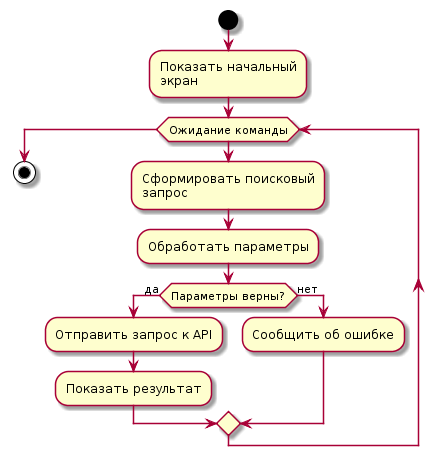
Earlier version of the PlantUML export docs/diagrams/activity.png (ussur/s-mart). The source it was exported from:
```plantuml
@startuml
start

:Показать начальный\nэкран;
while (Ожидание команды)
    :Сформировать поисковый\nзапрос;
    :Обработать параметры;
    if (Параметры верны?) then (да)
      :Отправить запрос к API;
      :Показать результат;
    else (нет)
      :Сообщить об ошибке;
    endif
endwhile

stop
@enduml
```
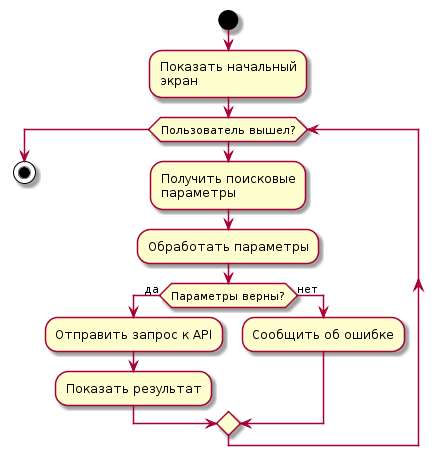
Above is the later version.

The edit, as a diff of the source:
```diff
@@ -2,8 +2,8 @@
 start
 
 :Показать начальный\nэкран;
-while (Ожидание команды)
-    :Сформировать поисковый\nзапрос;
+while (Пользователь вышел?)
+    :Получить поисковые\nпараметры;
     :Обработать параметры;
     if (Параметры верны?) then (да)
       :Отправить запрос к API;
```
